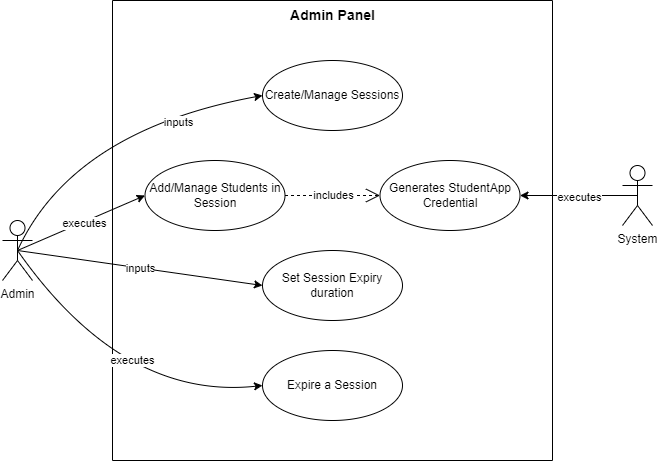
Above: Project Real-Time Bus ID Verification and Tracking/DOCUMENTATION/UseCaseDiagrams/SessionStudentManagement.png in Abubakar-doc/FYP-24-SE-A-204 (draw.io), before the change. Source tidied: cells renumbered, new cells last; positions are measured from the earlier drawing's top-left corner, leaving out a move shared by most shapes.
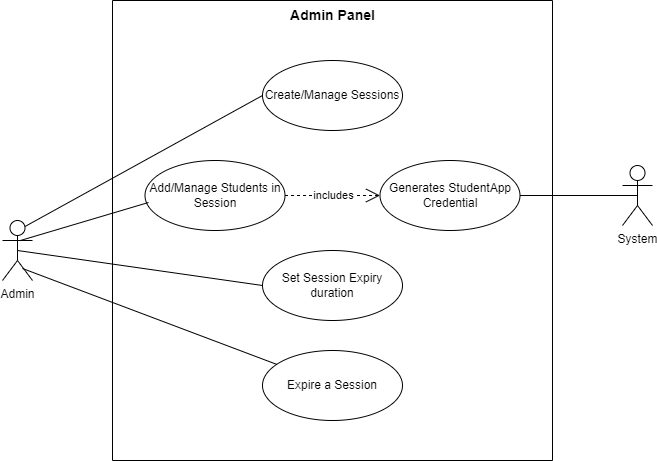
After the change.

Change to the diagram source:
```diff
@@ -26,48 +26,26 @@
     <mxCell id="9" value="Expire a Session" style="ellipse;whiteSpace=wrap;html=1;fillColor=none;" parent="2" vertex="1">
       <mxGeometry x="150" y="350" width="140" height="70" as="geometry" />
     </mxCell>
+    <mxCell id="17" value="Admin" style="shape=umlActor;verticalLabelPosition=bottom;verticalAlign=top;html=1;" parent="1" vertex="1">
+      <mxGeometry y="220" width="30" height="60" as="geometry" />
+    </mxCell>
+    <mxCell id="20" value="System" style="shape=umlActor;verticalLabelPosition=bottom;verticalAlign=top;html=1;" parent="1" vertex="1">
+      <mxGeometry x="620" y="165" width="30" height="60" as="geometry" />
+    </mxCell>
-    <mxCell id="10" style="rounded=0;jettySize=auto;html=1;exitX=0.5;exitY=0.5;exitDx=0;exitDy=0;exitPerimeter=0;entryX=0;entryY=0.5;entryDx=0;entryDy=0;curved=1;" parent="1" edge="1" source="17" target="4">
-      <mxGeometry relative="1" as="geometry">
-        <Array as="points">
-          <mxPoint x="70" y="130" />
-        </Array>
-      </mxGeometry>
+    <mxCell id="10" style="endArrow=none;html=1;rounded=0;exitX=0.75;exitY=0.1;exitDx=0;exitDy=0;exitPerimeter=0;entryX=0;entryY=0.5;entryDx=0;entryDy=0;" parent="1" edge="1" source="17" target="4">
+      <mxGeometry relative="1" as="geometry" />
     </mxCell>
-    <mxCell id="11" value="inputs" style="edgeLabel;html=1;align=center;verticalAlign=middle;" parent="10" vertex="1">
-      <mxGeometry x="0.46" y="-11" relative="1" as="geometry" />
-    </mxCell>
+    <mxCell id="14" style="endArrow=none;html=1;rounded=0;entryX=0.025;entryY=0.6;entryDx=0;entryDy=0;entryPerimeter=0;exitX=0.6;exitY=0.333;exitDx=0;exitDy=0;exitPerimeter=0;" parent="1" edge="1" source="17" target="6">
+      <mxGeometry relative="1" as="geometry" />
+    </mxCell>
+    <mxCell id="16" style="endArrow=none;html=1;rounded=0;exitX=0.5;exitY=0.5;exitDx=0;exitDy=0;exitPerimeter=0;entryX=0;entryY=0.5;entryDx=0;entryDy=0;" parent="1" edge="1" source="17" target="3">
+      <mxGeometry relative="1" as="geometry" />
+    </mxCell>
-    <mxCell id="12" style="rounded=0;jettySize=auto;html=1;exitX=0.5;exitY=0.5;exitDx=0;exitDy=0;exitPerimeter=0;entryX=0;entryY=0.5;entryDx=0;entryDy=0;curved=1;" parent="1" edge="1" source="17" target="9">
-      <mxGeometry relative="1" as="geometry">
-        <Array as="points">
-          <mxPoint x="120" y="400" />
-        </Array>
-      </mxGeometry>
+    <mxCell id="12" style="endArrow=none;html=1;rounded=0;exitX=0.667;exitY=0.8;exitDx=0;exitDy=0;exitPerimeter=0;" parent="1" edge="1" source="17" target="9">
+      <mxGeometry relative="1" as="geometry" />
     </mxCell>
-    <mxCell id="13" value="executes" style="edgeLabel;html=1;align=center;verticalAlign=middle;" parent="12" vertex="1">
-      <mxGeometry x="0.17" y="29" relative="1" as="geometry">
-        <mxPoint x="7" y="-11" as="offset" />
-      </mxGeometry>
-    </mxCell>
-    <mxCell id="14" style="rounded=0;jettySize=auto;html=1;exitX=0.5;exitY=0.5;exitDx=0;exitDy=0;exitPerimeter=0;entryX=0;entryY=0.5;entryDx=0;entryDy=0;" parent="1" edge="1" source="17" target="6">
-      <mxGeometry relative="1" as="geometry" />
-    </mxCell>
-    <mxCell id="15" value="executes" style="edgeLabel;html=1;align=center;verticalAlign=middle;" parent="14" vertex="1">
-      <mxGeometry x="0.04" y="-1" relative="1" as="geometry" />
-    </mxCell>
-    <mxCell id="16" value="inputs" style="rounded=0;jettySize=auto;html=1;exitX=0.5;exitY=0.5;exitDx=0;exitDy=0;exitPerimeter=0;entryX=0;entryY=0.5;entryDx=0;entryDy=0;" parent="1" edge="1" source="17" target="3">
-      <mxGeometry relative="1" as="geometry" />
-    </mxCell>
-    <mxCell id="17" value="Admin" style="shape=umlActor;verticalLabelPosition=bottom;verticalAlign=top;html=1;" parent="1" vertex="1">
-      <mxGeometry y="220" width="30" height="60" as="geometry" />
-    </mxCell>
-    <mxCell id="18" style="rounded=0;jettySize=auto;html=1;exitX=0.5;exitY=0.5;exitDx=0;exitDy=0;exitPerimeter=0;entryX=1;entryY=0.5;entryDx=0;entryDy=0;" parent="1" edge="1" source="20" target="5">
-      <mxGeometry relative="1" as="geometry" />
-    </mxCell>
-    <mxCell id="19" value="executes" style="edgeLabel;html=1;align=center;verticalAlign=middle;" parent="18" vertex="1">
-      <mxGeometry y="1" relative="1" as="geometry" />
-    </mxCell>
-    <mxCell id="20" value="System" style="shape=umlActor;verticalLabelPosition=bottom;verticalAlign=top;html=1;" parent="1" vertex="1">
-      <mxGeometry x="620" y="165" width="30" height="60" as="geometry" />
-    </mxCell>
+    <mxCell id="21" style="endArrow=none;html=1;rounded=0;entryX=0.5;entryY=0.5;entryDx=0;entryDy=0;entryPerimeter=0;exitX=1;exitY=0.5;exitDx=0;exitDy=0;" parent="1" edge="1" source="5" target="20">
+      <mxGeometry relative="1" as="geometry" />
+    </mxCell>
   </root>
 </mxGraphModel>
```
